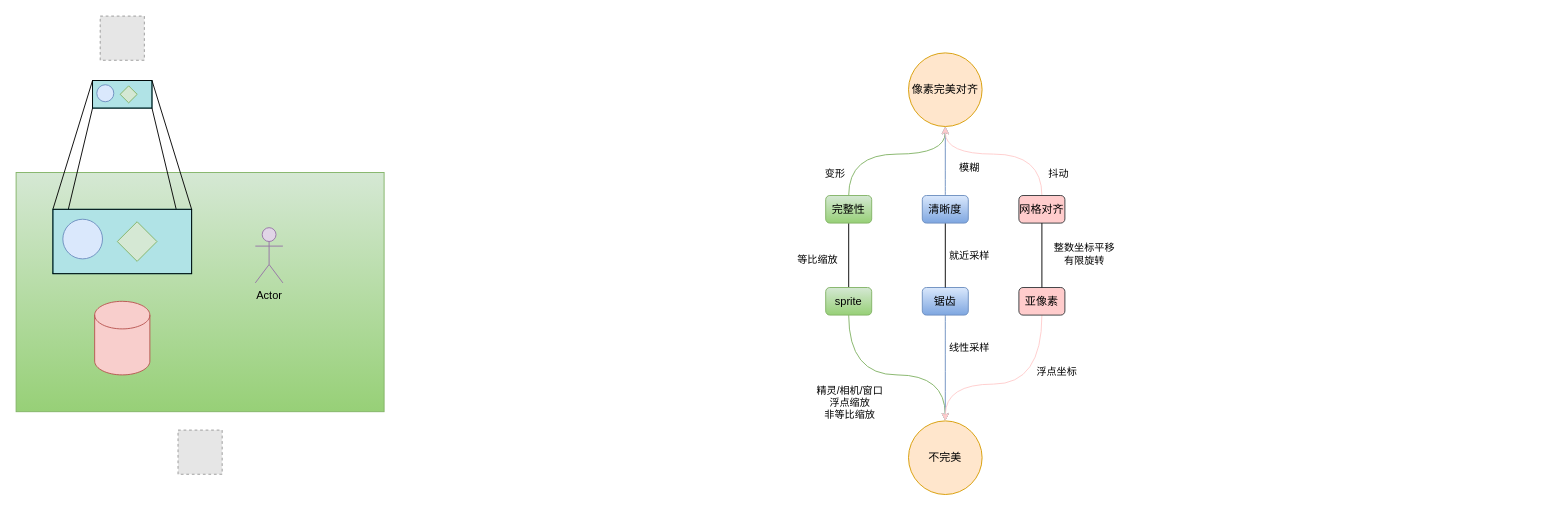
The draw.io diagram page "复古像素风" (5 of 5) of bevy-0.17.drawio in topkg/graph, before the edit. Source tidied: cells renumbered, new cells numbered last; positions are measured from the earlier drawing's top-left corner, leaving out a move shared by most shapes. Both pictures are drawn from the tidied source at 92%, with x=0, y=0 at pixel (16, 16). Pictures stored in the file or linked from it are replaced by grey dashed boxes.
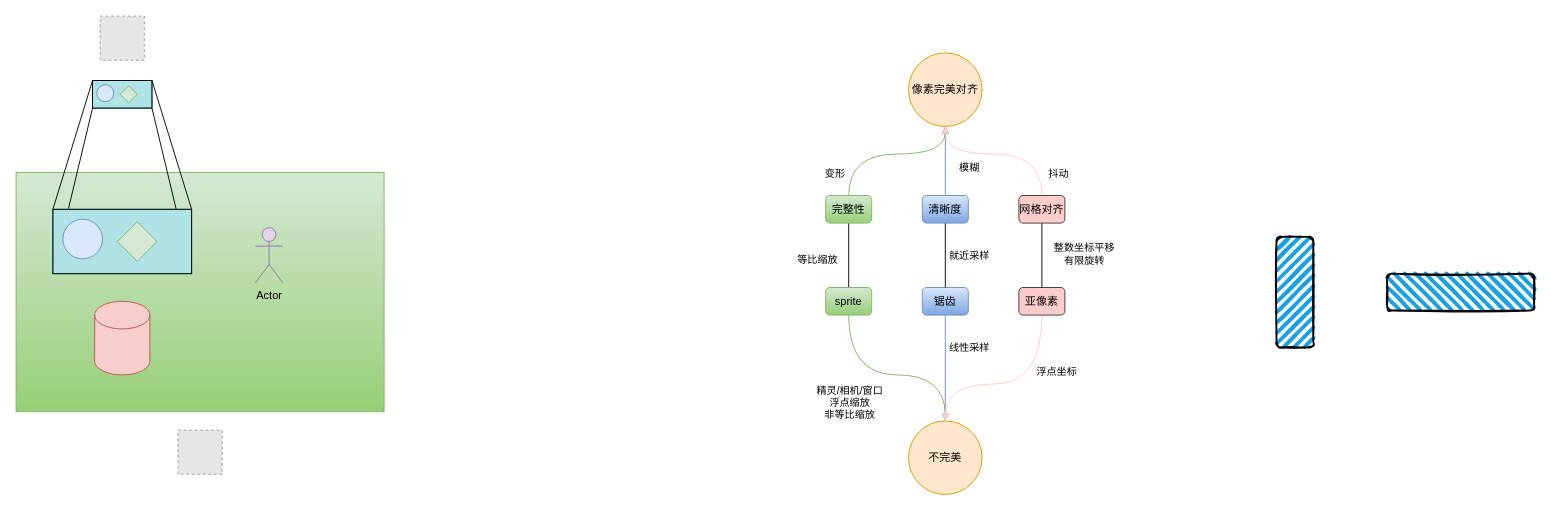
After the change.

Commit message:
复古像素风，添加抖动实例

What changed in the source:
```diff
@@
+    <mxCell id="45" style="rounded=1;whiteSpace=wrap;html=1;strokeWidth=2;fillWeight=4;hachureGap=8;hachureAngle=45;fillColor=#1ba1e2;sketch=1;rotation=0;" parent="1" vertex="1">
+      <mxGeometry x="1490" y="280" width="160" height="40" as="geometry" />
+    </mxCell>
+    <mxCell id="46" style="rounded=1;whiteSpace=wrap;html=1;strokeWidth=2;fillWeight=4;hachureGap=8;hachureAngle=45;fillColor=#1ba1e2;sketch=1;rotation=90;" parent="1" vertex="1">
+      <mxGeometry x="1330" y="280" width="120" height="40" as="geometry" />
+    </mxCell>
```
